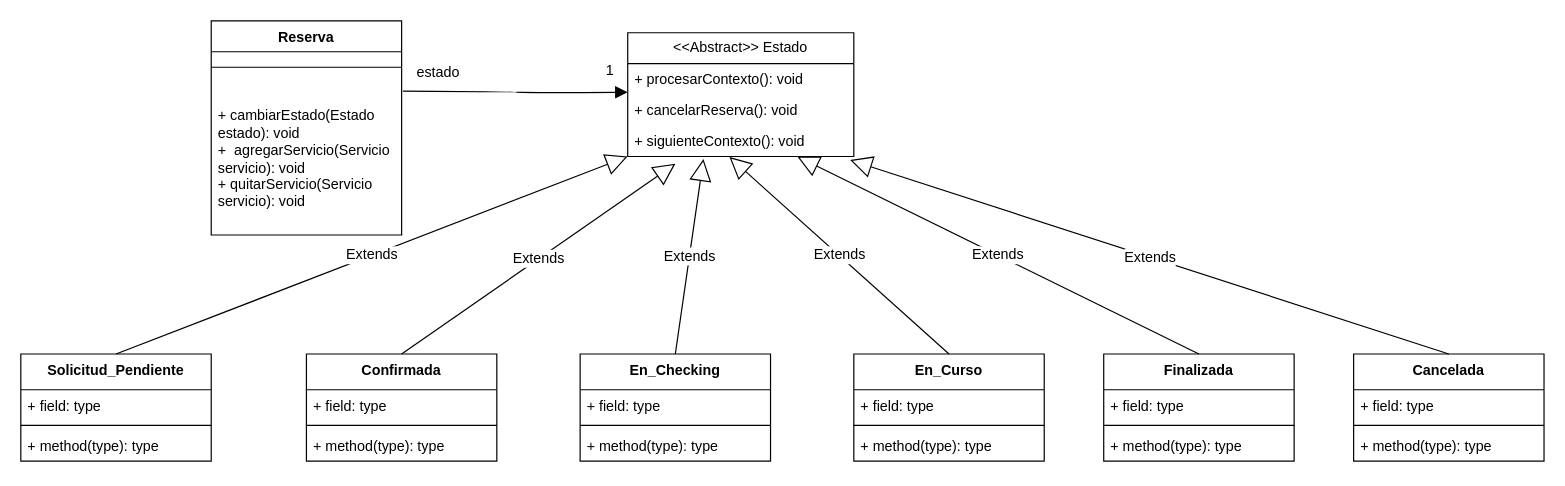
Above: UML/2.2 ciclo de vida reserva.drawio in MartinianoOliveto/po2-integrador (draw.io), before the change. Source tidied: cells renumbered, new cells numbered last; positions are measured from the earlier drawing's top-left corner, leaving out a move shared by most shapes. Both pictures are drawn from the tidied source at 119%, with x=0, y=0 at pixel (20, 20).
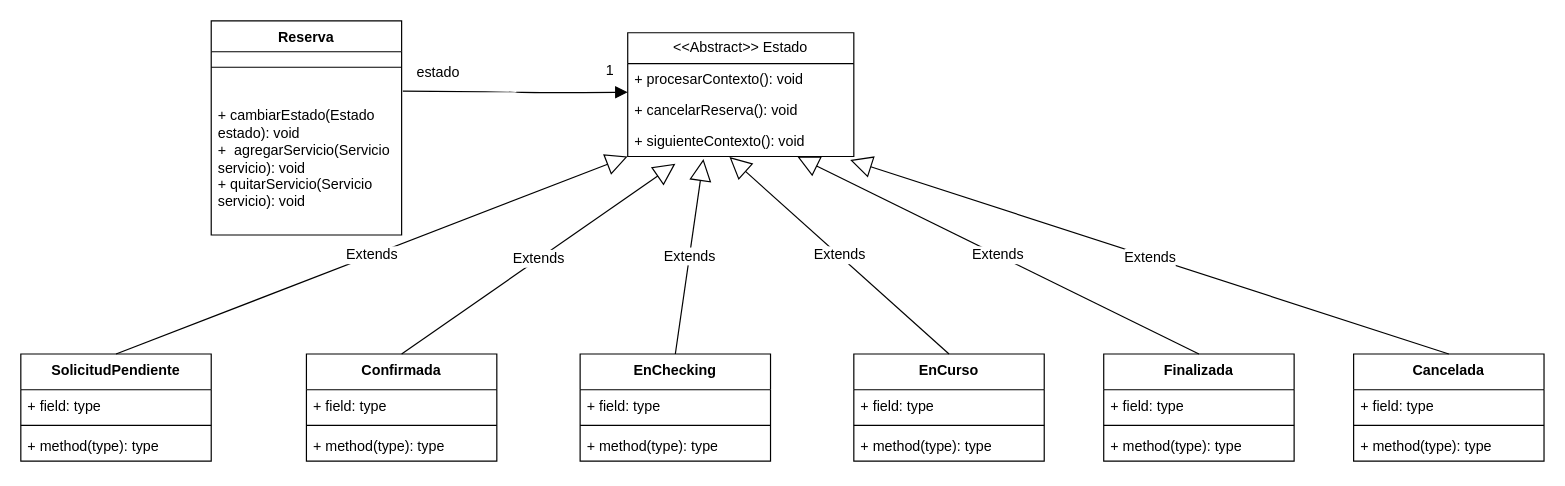
The same page after the edit.

What changed in the source:
```diff
@@
-    <mxCell id="9" value="Solicitud_Pendiente" style="swimlane;fontStyle=1;align=center;verticalAlign=top;horizontal=1;startSize=30;whiteSpace=wrap;html=1;" parent="1" vertex="1">
+    <mxCell id="9" value="SolicitudPendiente" style="swimlane;fontStyle=1;align=center;verticalAlign=top;horizontal=1;startSize=30;whiteSpace=wrap;html=1;" parent="1" vertex="1">
       <mxGeometry y="280" width="160" height="90" as="geometry" />
     </mxCell>
@@
-    <mxCell id="17" value="En_Checking" style="swimlane;fontStyle=1;align=center;verticalAlign=top;horizontal=1;startSize=30;whiteSpace=wrap;html=1;" parent="1" vertex="1">
+    <mxCell id="17" value="EnChecking" style="swimlane;fontStyle=1;align=center;verticalAlign=top;horizontal=1;startSize=30;whiteSpace=wrap;html=1;" parent="1" vertex="1">
       <mxGeometry x="470" y="280" width="160" height="90" as="geometry" />
     </mxCell>
@@
-    <mxCell id="21" value="En_Curso" style="swimlane;fontStyle=1;align=center;verticalAlign=top;horizontal=1;startSize=30;whiteSpace=wrap;html=1;" parent="1" vertex="1">
+    <mxCell id="21" value="EnCurso" style="swimlane;fontStyle=1;align=center;verticalAlign=top;horizontal=1;startSize=30;whiteSpace=wrap;html=1;" parent="1" vertex="1">
       <mxGeometry x="700" y="280" width="160" height="90" as="geometry" />
     </mxCell>
```
